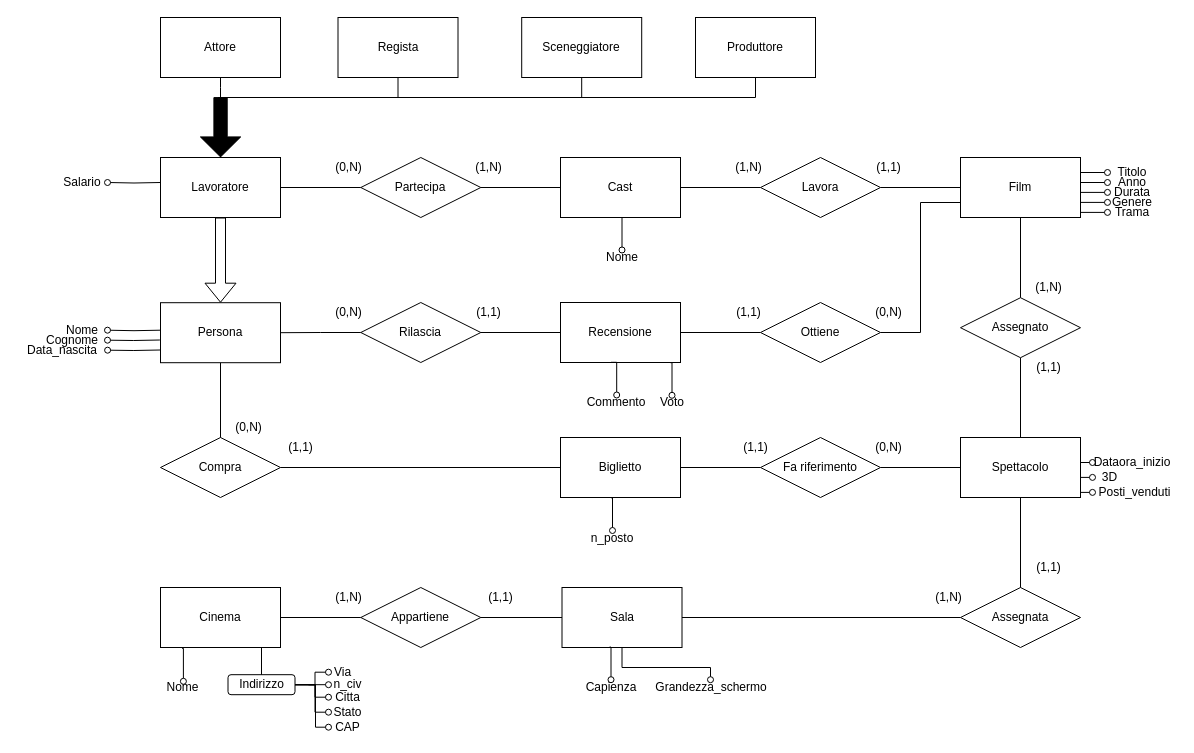
This is SchemaER.drawio from ToldoDM/UDBP, a draw.io file, before an edit. Source tidied: cells renumbered, new cells numbered last; positions are measured from the earlier drawing's top-left corner, leaving out a move shared by most shapes. Both pictures are drawn from the tidied source at 100%, with x=0, y=0 at pixel (17, 17).
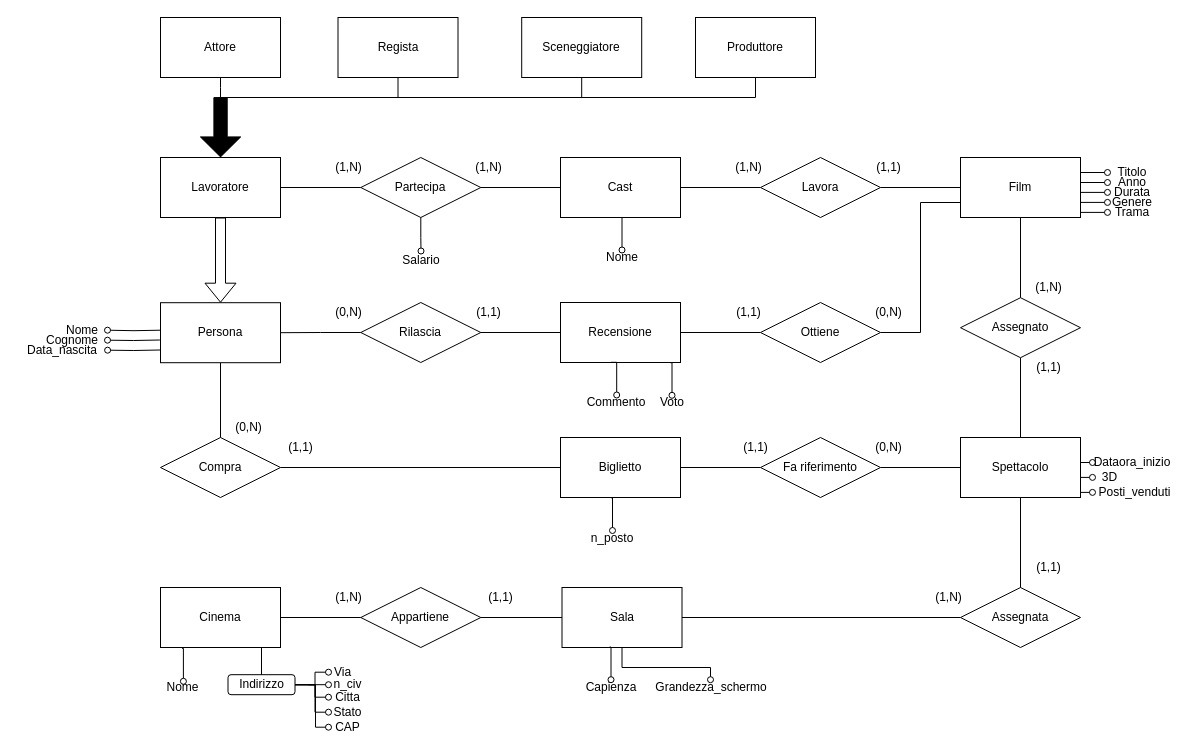
After the change.

Commit message (it also covers changes not shown here):
Aggiornati schema er

The change refers to these unchanged cells:
```xml
<mxCell id="28" value="Partecipa" style="rhombus;whiteSpace=wrap;html=1;" parent="1" vertex="1">
  <mxGeometry x="343.3" y="140" width="120" height="60" as="geometry" />
</mxCell>
```

The edit, as a diff of the source:
```diff
@@
-    <mxCell id="57" value="(0,N)" style="text;html=1;align=center;verticalAlign=middle;" parent="1" vertex="1">
+    <mxCell id="57" value="(1,N)" style="text;html=1;align=center;verticalAlign=middle;" parent="1" vertex="1">
       <mxGeometry x="310.5" y="140" width="40" height="20" as="geometry" />
     </mxCell>
@@
-    <mxCell id="75" style="edgeStyle=orthogonalEdgeStyle;rounded=0;jettySize=auto;html=1;exitX=0;exitY=0.5;exitDx=0;exitDy=0;endArrow=oval;endFill=0;entryX=1;entryY=0.5;entryDx=0;entryDy=0;" parent="1" edge="1" target="76">
-      <mxGeometry relative="1" as="geometry">
-        <mxPoint x="143" y="165" as="sourcePoint" />
-      </mxGeometry>
+    <mxCell id="75" style="edgeStyle=orthogonalEdgeStyle;rounded=0;jettySize=auto;html=1;endArrow=oval;endFill=0;" parent="1" edge="1" source="28" target="76">
+      <mxGeometry relative="1" as="geometry" />
     </mxCell>
     <mxCell id="76" value="Salario" style="text;html=1;strokeColor=none;fillColor=none;align=center;verticalAlign=middle;whiteSpace=wrap;rounded=0;" parent="1" vertex="1">
-      <mxGeometry x="40" y="160" width="50" height="10" as="geometry" />
+      <mxGeometry x="378.5" y="233.5" width="50" height="18" as="geometry" />
     </mxCell>
```
